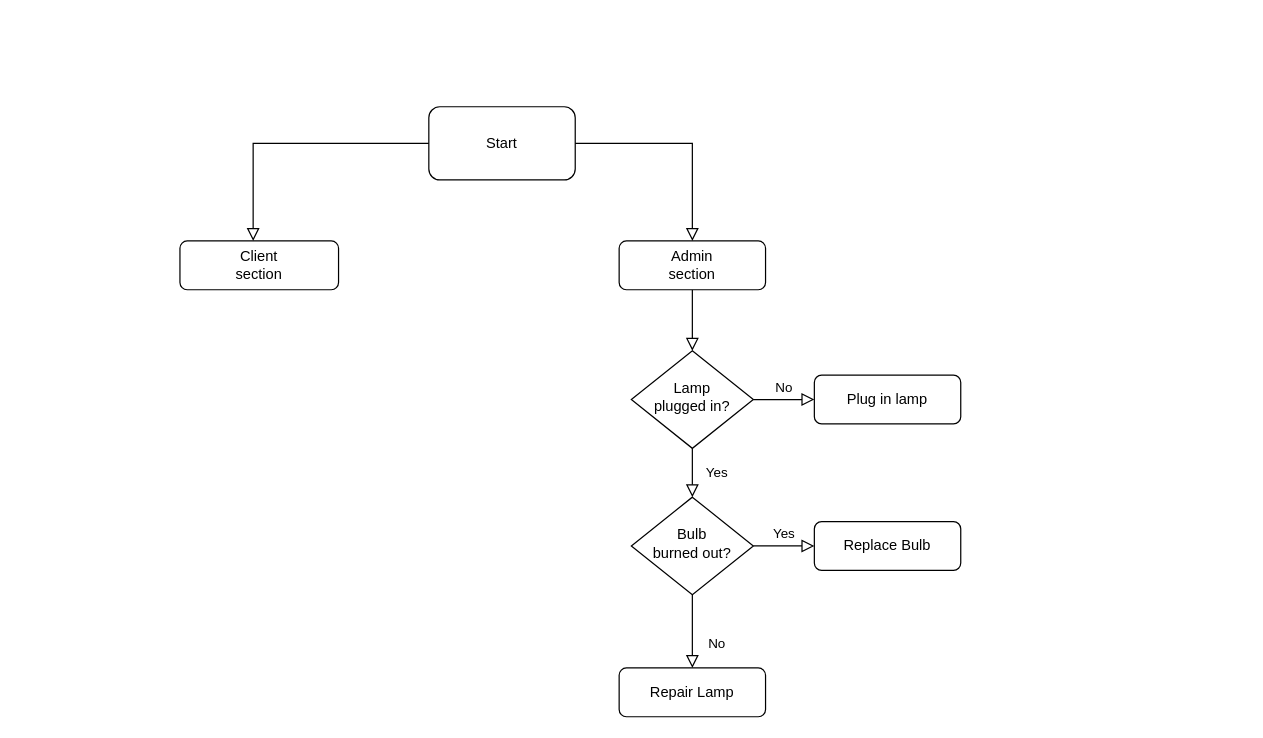
dim447/project_01 keeps this draw.io diagram as Диаграмма без названия.drawio. Above is the earlier version. Source tidied: cells renumbered, new cells numbered last; positions are measured from the earlier drawing's top-left corner, leaving out a move shared by most shapes. Both pictures are drawn from the tidied source at 122%, with x=0, y=0 at pixel (179, 106).
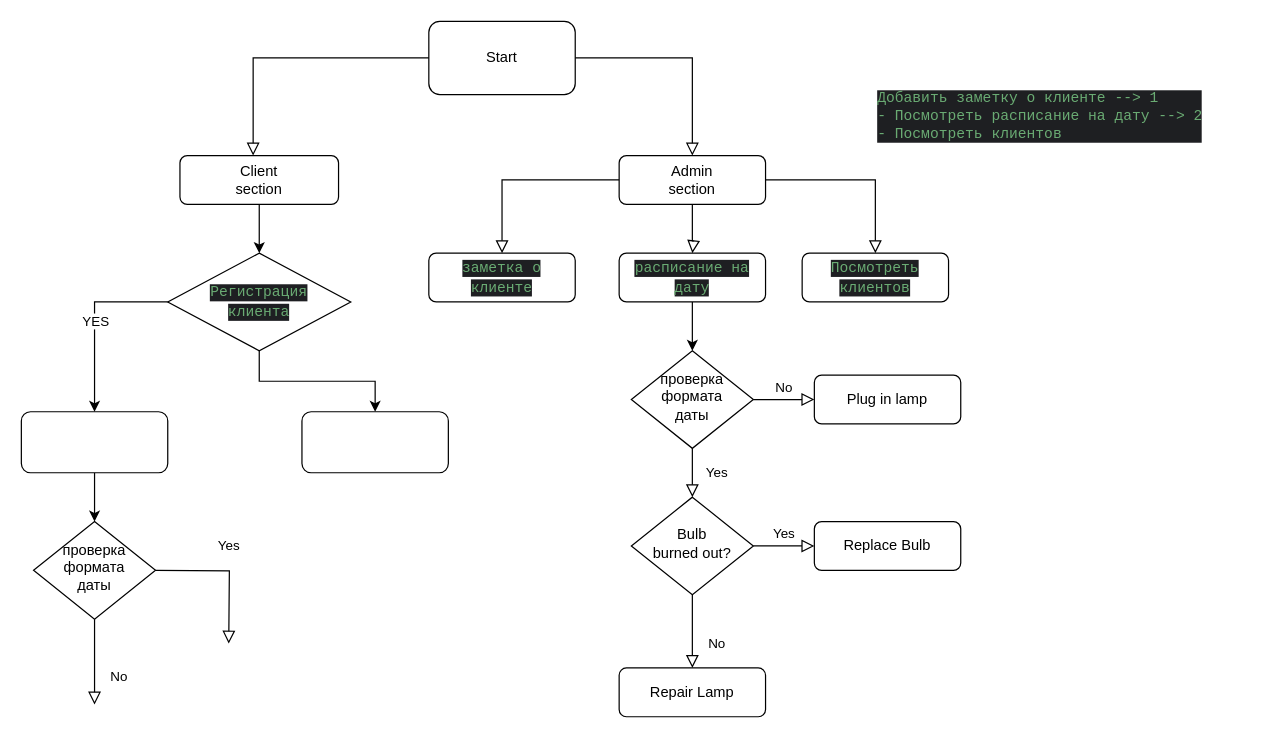
After the change.

Diff of the diagram source:
```diff
@@
-    <mxCell id="2" style="rounded=0;html=1;jettySize=auto;fontSize=11;endArrow=block;endFill=0;endSize=8;strokeWidth=1;shadow=0;labelBackgroundColor=none;edgeStyle=orthogonalEdgeStyle;" parent="1" edge="1" source="3" target="6">
-      <mxGeometry relative="1" as="geometry" />
+    <mxCell id="2" style="rounded=0;html=1;jettySize=auto;fontSize=11;endArrow=block;endFill=0;endSize=8;strokeWidth=1;shadow=0;labelBackgroundColor=none;edgeStyle=orthogonalEdgeStyle;" parent="1" edge="1" source="3">
+      <mxGeometry relative="1" as="geometry">
+        <mxPoint x="420" y="120" as="targetPoint" />
+        <Array as="points">
+          <mxPoint x="420" y="110" />
+          <mxPoint x="421" y="110" />
+        </Array>
+      </mxGeometry>
     </mxCell>
     <mxCell id="3" value="Admin&lt;br&gt;section" style="rounded=1;whiteSpace=wrap;html=1;fontSize=12;glass=0;strokeWidth=1;shadow=0;" parent="1" vertex="1">
-      <mxGeometry x="360" y="110" width="120" height="40" as="geometry" />
+      <mxGeometry x="360" y="40" width="120" height="40" as="geometry" />
     </mxCell>
@@
-    <mxCell id="6" value="Lamp&lt;br&gt;plugged in?" style="rhombus;whiteSpace=wrap;html=1;shadow=0;fontFamily=Helvetica;fontSize=12;align=center;strokeWidth=1;spacing=6;spacingTop=-4;" parent="1" vertex="1">
+    <mxCell id="6" value="проверка&lt;br&gt;формата&lt;br&gt;даты" style="rhombus;whiteSpace=wrap;html=1;shadow=0;fontFamily=Helvetica;fontSize=12;align=center;strokeWidth=1;spacing=6;spacingTop=-4;" parent="1" vertex="1">
       <mxGeometry x="370" y="200" width="100" height="80" as="geometry" />
     </mxCell>
@@
     <mxCell id="13" value="Start" style="rounded=1;whiteSpace=wrap;html=1;" parent="1" vertex="1">
-      <mxGeometry x="204" width="120" height="60" as="geometry" />
+      <mxGeometry x="204" y="-70" width="120" height="60" as="geometry" />
     </mxCell>
     <mxCell id="14" style="rounded=0;html=1;jettySize=auto;fontSize=11;endArrow=block;endFill=0;endSize=8;strokeWidth=1;shadow=0;labelBackgroundColor=none;edgeStyle=orthogonalEdgeStyle;exitX=1;exitY=0.5;exitDx=0;exitDy=0;" parent="1" edge="1" source="13">
       <mxGeometry relative="1" as="geometry">
-        <mxPoint x="420" y="110" as="targetPoint" />
+        <mxPoint x="420" y="40" as="targetPoint" />
         <Array as="points">
-          <mxPoint x="420" y="30" />
+          <mxPoint x="420" y="-40" />
         </Array>
       </mxGeometry>
     </mxCell>
+    <mxCell id="17" style="edgeStyle=orthogonalEdgeStyle;rounded=0;jettySize=auto;html=1;exitX=0.5;exitY=1;exitDx=0;exitDy=0;entryX=0.5;entryY=0;entryDx=0;entryDy=0;" parent="1" edge="1" source="15" target="26">
+      <mxGeometry relative="1" as="geometry" />
+    </mxCell>
     <mxCell id="15" value="Client&lt;br&gt;section" style="rounded=1;whiteSpace=wrap;html=1;" parent="1" vertex="1">
-      <mxGeometry y="110" width="130" height="40" as="geometry" />
+      <mxGeometry y="40" width="130" height="40" as="geometry" />
     </mxCell>
     <mxCell id="16" style="rounded=0;html=1;jettySize=auto;fontSize=11;endArrow=block;endFill=0;endSize=8;strokeWidth=1;shadow=0;labelBackgroundColor=none;edgeStyle=orthogonalEdgeStyle;exitX=0;exitY=0.5;exitDx=0;exitDy=0;" parent="1" edge="1" source="13">
       <mxGeometry relative="1" as="geometry">
-        <mxPoint x="60" y="110" as="targetPoint" />
+        <mxPoint x="60" y="40" as="targetPoint" />
         <Array as="points">
-          <mxPoint x="60" y="30" />
+          <mxPoint x="60" y="-40" />
         </Array>
       </mxGeometry>
     </mxCell>
+    <mxCell id="18" value="&lt;div style=&quot;background-color: rgb(30, 31, 34); color: rgb(188, 190, 196); font-family: &amp;quot;JetBrains Mono&amp;quot;, monospace;&quot;&gt;&lt;span style=&quot;color:#6aab73;&quot;&gt;Добавить заметку о клиенте    --&amp;gt; 1&lt;br&gt;&lt;/span&gt;&lt;span style=&quot;color:#6aab73;&quot;&gt;- Посмотреть расписание на дату --&amp;gt; 2&lt;br&gt;&lt;/span&gt;&lt;span style=&quot;color:#6aab73;&quot;&gt;- Посмотреть клиентов  &lt;/span&gt;&lt;/div&gt;" style="text;whiteSpace=wrap;html=1;" parent="1" vertex="1">
+      <mxGeometry x="570" y="-20" width="300" height="70" as="geometry" />
+    </mxCell>
+    <mxCell id="19" value="&lt;span style=&quot;color: rgb(106, 171, 115); font-family: &amp;quot;JetBrains Mono&amp;quot;, monospace; font-size: 12px; font-style: normal; font-variant-ligatures: normal; font-variant-caps: normal; font-weight: 400; letter-spacing: normal; orphans: 2; text-align: left; text-indent: 0px; text-transform: none; widows: 2; word-spacing: 0px; -webkit-text-stroke-width: 0px; background-color: rgb(30, 31, 34); text-decoration-thickness: initial; text-decoration-style: initial; text-decoration-color: initial; float: none; display: inline !important;&quot;&gt;заметка о клиенте&lt;/span&gt;" style="rounded=1;whiteSpace=wrap;html=1;" parent="1" vertex="1">
+      <mxGeometry x="204" y="120" width="120" height="40" as="geometry" />
+    </mxCell>
+    <mxCell id="20" style="edgeStyle=orthogonalEdgeStyle;rounded=0;jettySize=auto;html=1;exitX=0.5;exitY=1;exitDx=0;exitDy=0;entryX=0.5;entryY=0;entryDx=0;entryDy=0;" parent="1" edge="1" source="21" target="6">
+      <mxGeometry relative="1" as="geometry" />
+    </mxCell>
+    <mxCell id="21" value="&lt;span style=&quot;color: rgb(106, 171, 115); font-family: &amp;quot;JetBrains Mono&amp;quot;, monospace; font-size: 12px; font-style: normal; font-variant-ligatures: normal; font-variant-caps: normal; font-weight: 400; letter-spacing: normal; orphans: 2; text-align: left; text-indent: 0px; text-transform: none; widows: 2; word-spacing: 0px; -webkit-text-stroke-width: 0px; background-color: rgb(30, 31, 34); text-decoration-thickness: initial; text-decoration-style: initial; text-decoration-color: initial; float: none; display: inline !important;&quot;&gt;расписание на дату&lt;/span&gt;" style="rounded=1;whiteSpace=wrap;html=1;" parent="1" vertex="1">
+      <mxGeometry x="360" y="120" width="120" height="40" as="geometry" />
+    </mxCell>
+    <mxCell id="22" value="&lt;span style=&quot;color: rgb(106, 171, 115); font-family: &amp;quot;JetBrains Mono&amp;quot;, monospace; font-size: 12px; font-style: normal; font-variant-ligatures: normal; font-variant-caps: normal; font-weight: 400; letter-spacing: normal; orphans: 2; text-align: left; text-indent: 0px; text-transform: none; widows: 2; word-spacing: 0px; -webkit-text-stroke-width: 0px; background-color: rgb(30, 31, 34); text-decoration-thickness: initial; text-decoration-style: initial; text-decoration-color: initial; float: none; display: inline !important;&quot;&gt;Посмотреть клиентов&lt;/span&gt;" style="rounded=1;whiteSpace=wrap;html=1;" parent="1" vertex="1">
+      <mxGeometry x="510" y="120" width="120" height="40" as="geometry" />
+    </mxCell>
+    <mxCell id="23" style="rounded=0;html=1;jettySize=auto;fontSize=11;endArrow=block;endFill=0;endSize=8;strokeWidth=1;shadow=0;labelBackgroundColor=none;edgeStyle=orthogonalEdgeStyle;exitX=0;exitY=0.5;exitDx=0;exitDy=0;" parent="1" edge="1" source="3">
+      <mxGeometry relative="1" as="geometry">
+        <mxPoint x="264" y="120" as="targetPoint" />
+        <Array as="points">
+          <mxPoint x="264" y="60" />
+        </Array>
+      </mxGeometry>
+    </mxCell>
+    <mxCell id="24" style="rounded=0;html=1;jettySize=auto;orthogonalLoop=1;fontSize=11;endArrow=block;endFill=0;endSize=8;strokeWidth=1;shadow=0;labelBackgroundColor=none;edgeStyle=orthogonalEdgeStyle;" parent="1" edge="1">
+      <mxGeometry relative="1" as="geometry">
+        <mxPoint x="480" y="60" as="sourcePoint" />
+        <mxPoint x="570" y="120" as="targetPoint" />
+        <Array as="points">
+          <mxPoint x="480" y="60" />
+          <mxPoint x="570" y="60" />
+        </Array>
+      </mxGeometry>
+    </mxCell>
+    <mxCell id="25" style="edgeStyle=orthogonalEdgeStyle;rounded=0;jettySize=auto;html=1;" parent="1" edge="1" source="26" target="27">
+      <mxGeometry relative="1" as="geometry" />
+    </mxCell>
+    <mxCell id="26" value="&lt;span style=&quot;color: rgb(106, 171, 115); font-family: &amp;quot;JetBrains Mono&amp;quot;, monospace; font-size: 12px; font-style: normal; font-variant-ligatures: normal; font-variant-caps: normal; font-weight: 400; letter-spacing: normal; orphans: 2; text-align: left; text-indent: 0px; text-transform: none; widows: 2; word-spacing: 0px; -webkit-text-stroke-width: 0px; background-color: rgb(30, 31, 34); text-decoration-thickness: initial; text-decoration-style: initial; text-decoration-color: initial; float: none; display: inline !important;&quot;&gt;Регистрация &lt;br&gt;клиента&lt;br&gt;&lt;/span&gt;" style="rhombus;whiteSpace=wrap;html=1;" parent="1" vertex="1">
+      <mxGeometry x="-10" y="120" width="150" height="80" as="geometry" />
+    </mxCell>
+    <mxCell id="27" style="rounded=1;whiteSpace=wrap;html=1;" parent="1" vertex="1">
+      <mxGeometry x="100" y="250" width="120" height="50" as="geometry" />
+    </mxCell>
+    <mxCell id="28" style="edgeStyle=orthogonalEdgeStyle;rounded=0;jettySize=auto;html=1;exitX=0.5;exitY=1;exitDx=0;exitDy=0;entryX=0.5;entryY=0;entryDx=0;entryDy=0;" parent="1" edge="1" source="29" target="32">
+      <mxGeometry relative="1" as="geometry" />
+    </mxCell>
+    <mxCell id="29" style="rounded=1;whiteSpace=wrap;html=1;" parent="1" vertex="1">
+      <mxGeometry x="-130" y="250" width="120" height="50" as="geometry" />
+    </mxCell>
+    <mxCell id="30" style="endArrow=classic;html=1;rounded=0;entryX=0.5;entryY=0;entryDx=0;entryDy=0;exitX=0;exitY=0.5;exitDx=0;exitDy=0;" parent="1" edge="1" source="26" target="29">
+      <mxGeometry relative="1" as="geometry">
+        <Array as="points">
+          <mxPoint x="-70" y="160" />
+        </Array>
+      </mxGeometry>
+    </mxCell>
+    <mxCell id="31" value="YES" style="edgeLabel;html=1;align=center;verticalAlign=middle;" parent="30" vertex="1">
+      <mxGeometry relative="1" as="geometry" />
+    </mxCell>
+    <mxCell id="32" value="проверка&lt;br&gt;формата&lt;br&gt;даты" style="rhombus;whiteSpace=wrap;html=1;shadow=0;fontFamily=Helvetica;fontSize=12;align=center;strokeWidth=1;spacing=6;spacingTop=-4;" parent="1" vertex="1">
+      <mxGeometry x="-120" y="340" width="100" height="80" as="geometry" />
+    </mxCell>
+    <mxCell id="33" value="Yes" style="rounded=0;html=1;jettySize=auto;orthogonalLoop=1;fontSize=11;endArrow=block;endFill=0;endSize=8;strokeWidth=1;shadow=0;labelBackgroundColor=none;edgeStyle=orthogonalEdgeStyle;" parent="1" edge="1">
+      <mxGeometry y="20" relative="1" as="geometry">
+        <mxPoint x="-20" y="380" as="sourcePoint" />
+        <mxPoint x="40" y="440" as="targetPoint" />
+      </mxGeometry>
+    </mxCell>
+    <mxCell id="34" value="No" style="rounded=0;html=1;jettySize=auto;fontSize=11;endArrow=block;endFill=0;endSize=8;strokeWidth=1;shadow=0;labelBackgroundColor=none;edgeStyle=orthogonalEdgeStyle;exitX=0.5;exitY=1;exitDx=0;exitDy=0;" parent="1" edge="1" source="32">
+      <mxGeometry x="0.33" y="20" relative="1" as="geometry">
+        <mxPoint x="-70" y="490" as="targetPoint" />
+      </mxGeometry>
+    </mxCell>
```
